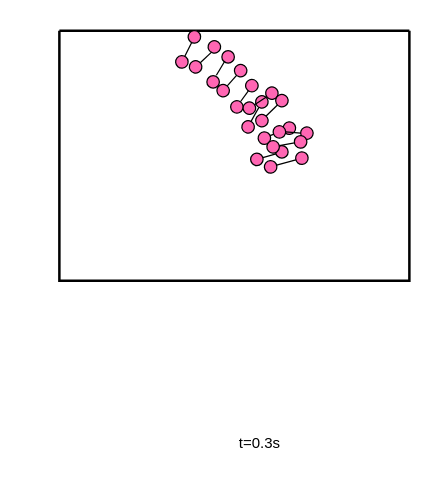
The draw.io diagram 哑铃分布t=0.3.drawio in mauhin/auto, before the edit. Source tidied: cells renumbered, new cells numbered last; positions are measured from the earlier drawing's top-left corner, leaving out a move shared by most shapes. Both pictures are drawn from the tidied source at 125%, with x=0, y=0 at pixel (59, 19).
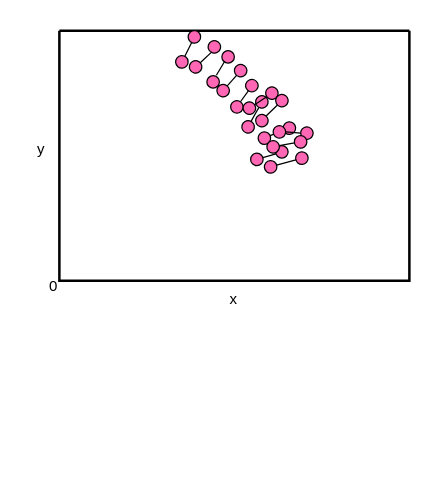
The same diagram, later.

Commit message:
更新哑铃分布t=0.3.drawio

The edit, as a diff of the source:
```diff
@@
-    <mxCell id="55" value="t=0.3s" style="text;html=1;align=center;verticalAlign=middle;strokeColor=none;fillColor=none;" parent="1" vertex="1">
-      <mxGeometry x="130" y="324" width="60" height="30" as="geometry" />
-    </mxCell>
+    <mxCell id="56" value="y" style="text;html=1;align=center;verticalAlign=middle;strokeColor=none;fillColor=none;" parent="1" vertex="1">
+      <mxGeometry x="-30" y="89" width="30" height="30" as="geometry" />
+    </mxCell>
+    <mxCell id="57" value="x" style="text;html=1;align=center;verticalAlign=middle;strokeColor=none;fillColor=none;" parent="1" vertex="1">
+      <mxGeometry x="124" y="209" width="30" height="30" as="geometry" />
+    </mxCell>
+    <mxCell id="58" value="0" style="text;html=1;align=center;verticalAlign=middle;strokeColor=none;fillColor=none;" parent="1" vertex="1">
+      <mxGeometry x="-20" y="199" width="30" height="30" as="geometry" />
+    </mxCell>
```
